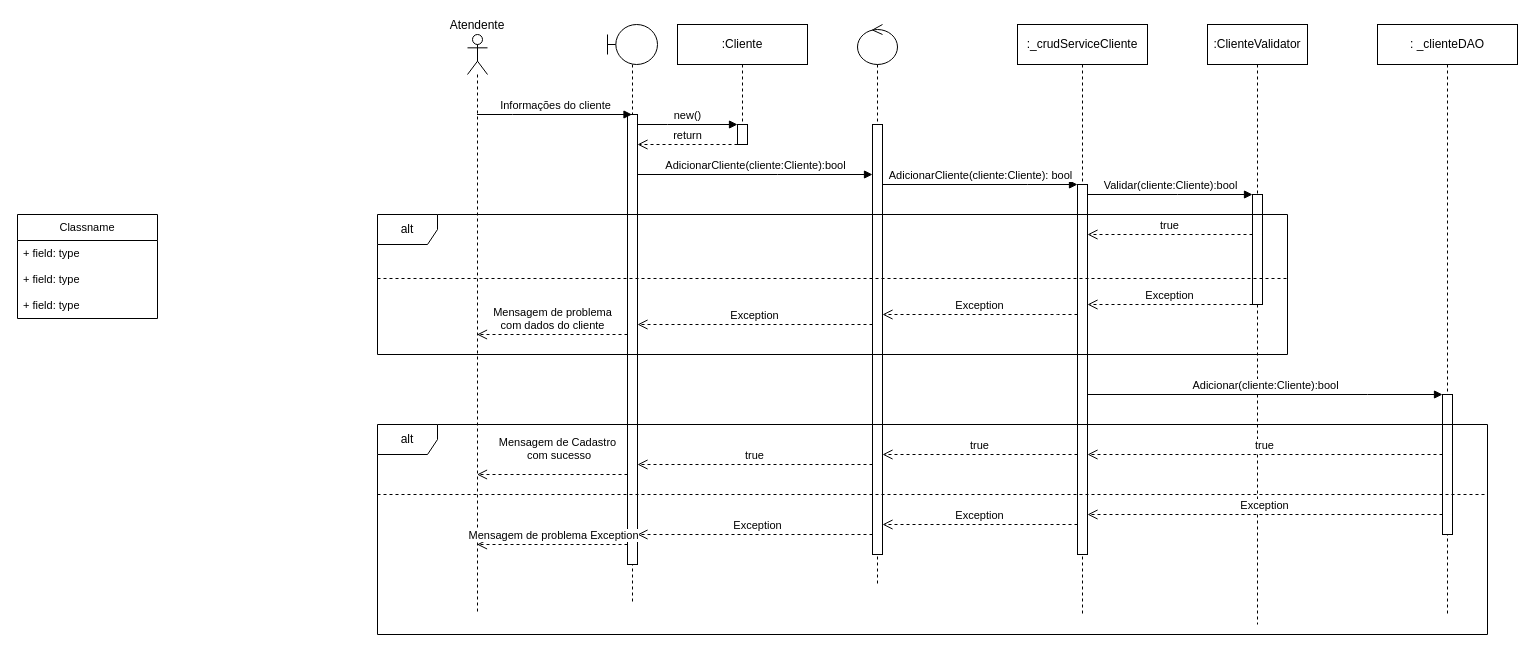
The draw.io diagram page "Sequência C cliente" (5 of 6) of Aluguel de carro.drawio in Anebe/AluguelCarro, before the edit. Source tidied: cells renumbered, new cells numbered last; positions are measured from the earlier drawing's top-left corner, leaving out a move shared by most shapes. Both pictures are drawn from the tidied source at 100%, with x=0, y=0 at pixel (17, 24).
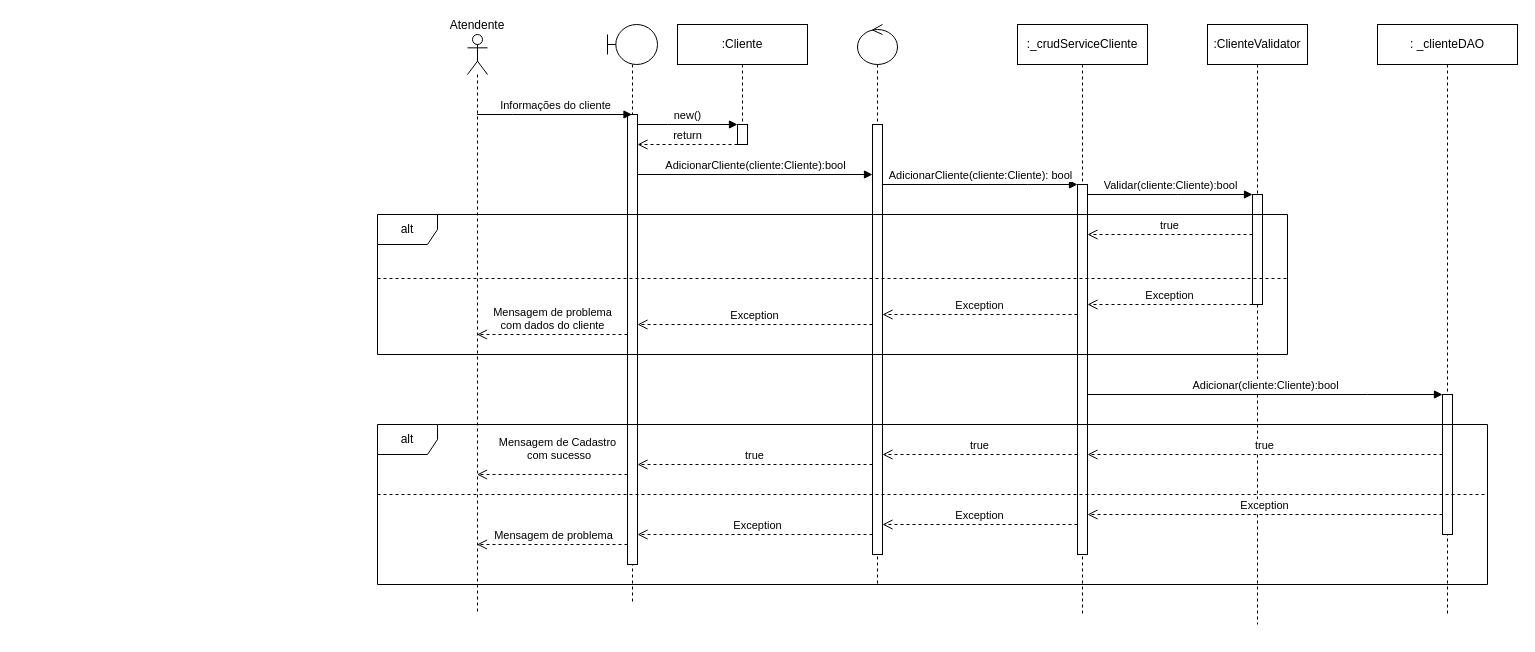
The same page after the edit.

Unchanged cells that the change refers to:
```xml
<mxCell id="4" value="Atendente" style="shape=umlLifeline;perimeter=lifelinePerimeter;whiteSpace=wrap;html=1;outlineConnect=0;portConstraint=eastwest;newEdgeStyle={&quot;edgeStyle&quot;:&quot;elbowEdgeStyle&quot;,&quot;elbow&quot;:&quot;vertical&quot;,&quot;curved&quot;:0,&quot;rounded&quot;:0};participant=umlActor;verticalAlign=bottom;horizontal=1;labelPosition=center;verticalLabelPosition=top;align=center;" parent="1" vertex="1">
  <mxGeometry x="450" y="10" width="20" height="580" as="geometry" />
</mxCell>
<mxCell id="6" style="html=1;points=[];perimeter=orthogonalPerimeter;outlineConnect=0;targetShapes=umlLifeline;portConstraint=eastwest;newEdgeStyle={&quot;edgeStyle&quot;:&quot;elbowEdgeStyle&quot;,&quot;elbow&quot;:&quot;vertical&quot;,&quot;curved&quot;:0,&quot;rounded&quot;:0};" parent="5" vertex="1">
  <mxGeometry x="20" y="90" width="10" height="450" as="geometry" />
</mxCell>
```

Change to the diagram source:
```diff
@@
     <mxCell id="33" value="alt" style="shape=umlFrame;whiteSpace=wrap;html=1;" parent="1" vertex="1">
-      <mxGeometry x="360" y="400" width="1110" height="210" as="geometry" />
+      <mxGeometry x="360" y="400" width="1110" height="160" as="geometry" />
     </mxCell>
@@
-    <mxCell id="38" value="Mensagem de problema Exception" style="html=1;verticalAlign=bottom;endArrow=open;dashed=1;endSize=8;edgeStyle=elbowEdgeStyle;elbow=vertical;curved=0;rounded=0;" parent="1" edge="1" source="6" target="4">
+    <mxCell id="38" value="Mensagem de problema" style="html=1;verticalAlign=bottom;endArrow=open;dashed=1;endSize=8;edgeStyle=elbowEdgeStyle;elbow=vertical;curved=0;rounded=0;" parent="1" edge="1" source="6" target="4">
       <mxGeometry x="-0.02" relative="1" as="geometry">
         <Array as="points">
           <mxPoint x="580" y="520" />
           <mxPoint x="540" y="510" />
           <mxPoint x="668" y="640" />
           <mxPoint x="638" y="640" />
           <mxPoint x="528" y="530" />
           <mxPoint x="668" y="500" />
           <mxPoint x="668" y="430" />
           <mxPoint x="578" y="450" />
           <mxPoint x="508" y="430" />
         </Array>
       </mxGeometry>
     </mxCell>
-    <mxCell id="39" value="Classname" style="swimlane;fontStyle=0;horizontal=1;startSize=26;fillColor=none;whiteSpace=wrap;html=1;fontFamily=Helvetica;fontSize=11;fontColor=default;" parent="1" vertex="1">
-      <mxGeometry y="190" width="140" height="104" as="geometry" />
-    </mxCell>
-    <mxCell id="40" value="+ field: type" style="text;strokeColor=none;fillColor=none;align=left;verticalAlign=top;spacingLeft=4;spacingRight=4;overflow=hidden;whiteSpace=wrap;html=1;fontSize=11;fontFamily=Helvetica;fontColor=default;" parent="39" vertex="1">
-      <mxGeometry y="26" width="140" height="26" as="geometry" />
-    </mxCell>
-    <mxCell id="41" value="+ field: type" style="text;strokeColor=none;fillColor=none;align=left;verticalAlign=top;spacingLeft=4;spacingRight=4;overflow=hidden;whiteSpace=wrap;html=1;fontSize=11;fontFamily=Helvetica;fontColor=default;" parent="39" vertex="1">
-      <mxGeometry y="52" width="140" height="26" as="geometry" />
-    </mxCell>
-    <mxCell id="42" value="+ field: type" style="text;strokeColor=none;fillColor=none;align=left;verticalAlign=top;spacingLeft=4;spacingRight=4;overflow=hidden;whiteSpace=wrap;html=1;fontSize=11;fontFamily=Helvetica;fontColor=default;" parent="39" vertex="1">
-      <mxGeometry y="78" width="140" height="26" as="geometry" />
-    </mxCell>
```
